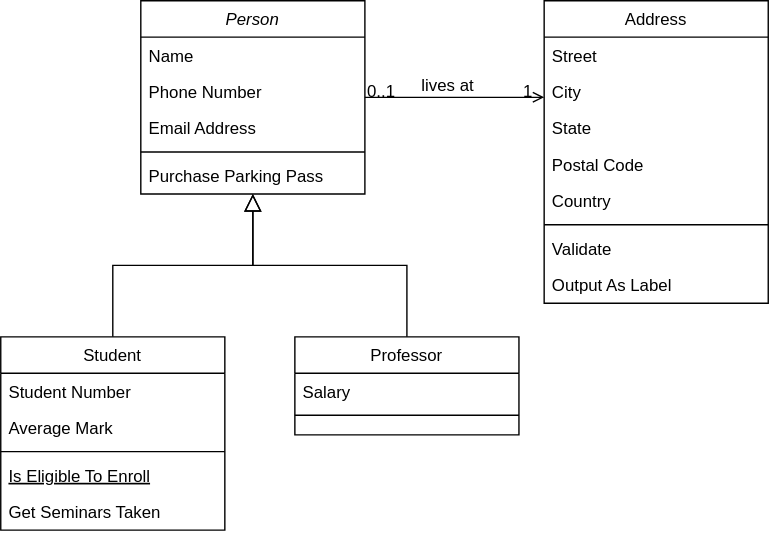
This is Diagrama de classe.drawio.svg from JesCat16/Projeto01_Modelagem_De_Software, a draw.io export, as it was before one commit. Source tidied: cells renumbered, new cells last; positions are measured from the earlier drawing's top-left corner, leaving out a move shared by most shapes. Its diagram source:
```xml
<mxGraphModel>
  <root>
    <mxCell id="0" />
    <mxCell id="1" parent="0" />
    <mxCell id="2" value="Person" style="swimlane;fontStyle=2;align=center;verticalAlign=top;horizontal=1;startSize=26;rounded=0;shadow=0;strokeWidth=1;" parent="1" vertex="1">
      <mxGeometry x="100" width="160" height="138" as="geometry" />
    </mxCell>
    <mxCell id="3" value="Name" style="text;align=left;verticalAlign=top;spacingLeft=4;spacingRight=4;overflow=hidden;" parent="2" vertex="1">
      <mxGeometry y="26" width="160" height="26" as="geometry" />
    </mxCell>
    <mxCell id="4" value="Phone Number" style="text;align=left;verticalAlign=top;spacingLeft=4;spacingRight=4;overflow=hidden;rounded=0;shadow=0;html=0;" parent="2" vertex="1">
      <mxGeometry y="52" width="160" height="26" as="geometry" />
    </mxCell>
    <mxCell id="5" value="Email Address" style="text;align=left;verticalAlign=top;spacingLeft=4;spacingRight=4;overflow=hidden;rounded=0;shadow=0;html=0;" parent="2" vertex="1">
      <mxGeometry y="78" width="160" height="26" as="geometry" />
    </mxCell>
    <mxCell id="6" style="line;html=1;strokeWidth=1;align=left;verticalAlign=middle;spacingTop=-1;spacingLeft=3;spacingRight=3;labelPosition=right;" parent="2" vertex="1">
      <mxGeometry y="104" width="160" height="8" as="geometry" />
    </mxCell>
    <mxCell id="7" value="Purchase Parking Pass" style="text;align=left;verticalAlign=top;spacingLeft=4;spacingRight=4;overflow=hidden;" parent="2" vertex="1">
      <mxGeometry y="112" width="160" height="26" as="geometry" />
    </mxCell>
    <mxCell id="8" value="Student" style="swimlane;fontStyle=0;align=center;verticalAlign=top;horizontal=1;startSize=26;rounded=0;shadow=0;strokeWidth=1;" parent="1" vertex="1">
      <mxGeometry y="240" width="160" height="138" as="geometry" />
    </mxCell>
    <mxCell id="9" value="Student Number" style="text;align=left;verticalAlign=top;spacingLeft=4;spacingRight=4;overflow=hidden;" parent="8" vertex="1">
      <mxGeometry y="26" width="160" height="26" as="geometry" />
    </mxCell>
    <mxCell id="10" value="Average Mark" style="text;align=left;verticalAlign=top;spacingLeft=4;spacingRight=4;overflow=hidden;rounded=0;shadow=0;html=0;" parent="8" vertex="1">
      <mxGeometry y="52" width="160" height="26" as="geometry" />
    </mxCell>
    <mxCell id="11" style="line;html=1;strokeWidth=1;align=left;verticalAlign=middle;spacingTop=-1;spacingLeft=3;spacingRight=3;labelPosition=right;" parent="8" vertex="1">
      <mxGeometry y="78" width="160" height="8" as="geometry" />
    </mxCell>
    <mxCell id="12" value="Is Eligible To Enroll" style="text;align=left;verticalAlign=top;spacingLeft=4;spacingRight=4;overflow=hidden;fontStyle=4;" parent="8" vertex="1">
      <mxGeometry y="86" width="160" height="26" as="geometry" />
    </mxCell>
    <mxCell id="13" value="Get Seminars Taken" style="text;align=left;verticalAlign=top;spacingLeft=4;spacingRight=4;overflow=hidden;" parent="8" vertex="1">
      <mxGeometry y="112" width="160" height="26" as="geometry" />
    </mxCell>
    <mxCell id="14" style="endArrow=block;endSize=10;endFill=0;shadow=0;strokeWidth=1;rounded=0;curved=0;edgeStyle=elbowEdgeStyle;elbow=vertical;" parent="1" edge="1" source="8" target="2">
      <mxGeometry relative="1" as="geometry" />
    </mxCell>
    <mxCell id="15" value="Professor" style="swimlane;fontStyle=0;align=center;verticalAlign=top;horizontal=1;startSize=26;rounded=0;shadow=0;strokeWidth=1;" parent="1" vertex="1">
      <mxGeometry x="210" y="240" width="160" height="70" as="geometry" />
    </mxCell>
    <mxCell id="16" value="Salary" style="text;align=left;verticalAlign=top;spacingLeft=4;spacingRight=4;overflow=hidden;" parent="15" vertex="1">
      <mxGeometry y="26" width="160" height="26" as="geometry" />
    </mxCell>
    <mxCell id="17" style="line;html=1;strokeWidth=1;align=left;verticalAlign=middle;spacingTop=-1;spacingLeft=3;spacingRight=3;labelPosition=right;" parent="15" vertex="1">
      <mxGeometry y="52" width="160" height="8" as="geometry" />
    </mxCell>
    <mxCell id="18" style="endArrow=block;endSize=10;endFill=0;shadow=0;strokeWidth=1;rounded=0;curved=0;edgeStyle=elbowEdgeStyle;elbow=vertical;" parent="1" edge="1" source="15" target="2">
      <mxGeometry relative="1" as="geometry" />
    </mxCell>
    <mxCell id="19" value="Address" style="swimlane;fontStyle=0;align=center;verticalAlign=top;horizontal=1;startSize=26;rounded=0;shadow=0;strokeWidth=1;" parent="1" vertex="1">
      <mxGeometry x="388" width="160" height="216" as="geometry" />
    </mxCell>
    <mxCell id="20" value="Street" style="text;align=left;verticalAlign=top;spacingLeft=4;spacingRight=4;overflow=hidden;" parent="19" vertex="1">
      <mxGeometry y="26" width="160" height="26" as="geometry" />
    </mxCell>
    <mxCell id="21" value="City" style="text;align=left;verticalAlign=top;spacingLeft=4;spacingRight=4;overflow=hidden;rounded=0;shadow=0;html=0;" parent="19" vertex="1">
      <mxGeometry y="52" width="160" height="26" as="geometry" />
    </mxCell>
    <mxCell id="22" value="State" style="text;align=left;verticalAlign=top;spacingLeft=4;spacingRight=4;overflow=hidden;rounded=0;shadow=0;html=0;" parent="19" vertex="1">
      <mxGeometry y="78" width="160" height="26" as="geometry" />
    </mxCell>
    <mxCell id="23" value="Postal Code" style="text;align=left;verticalAlign=top;spacingLeft=4;spacingRight=4;overflow=hidden;rounded=0;shadow=0;html=0;" parent="19" vertex="1">
      <mxGeometry y="104" width="160" height="26" as="geometry" />
    </mxCell>
    <mxCell id="24" value="Country" style="text;align=left;verticalAlign=top;spacingLeft=4;spacingRight=4;overflow=hidden;rounded=0;shadow=0;html=0;" parent="19" vertex="1">
      <mxGeometry y="130" width="160" height="26" as="geometry" />
    </mxCell>
    <mxCell id="25" style="line;html=1;strokeWidth=1;align=left;verticalAlign=middle;spacingTop=-1;spacingLeft=3;spacingRight=3;labelPosition=right;" parent="19" vertex="1">
      <mxGeometry y="156" width="160" height="8" as="geometry" />
    </mxCell>
    <mxCell id="26" value="Validate" style="text;align=left;verticalAlign=top;spacingLeft=4;spacingRight=4;overflow=hidden;" parent="19" vertex="1">
      <mxGeometry y="164" width="160" height="26" as="geometry" />
    </mxCell>
    <mxCell id="27" value="Output As Label" style="text;align=left;verticalAlign=top;spacingLeft=4;spacingRight=4;overflow=hidden;" parent="19" vertex="1">
      <mxGeometry y="190" width="160" height="26" as="geometry" />
    </mxCell>
    <mxCell id="28" style="endArrow=open;shadow=0;strokeWidth=1;rounded=0;curved=0;endFill=1;edgeStyle=elbowEdgeStyle;elbow=vertical;" parent="1" edge="1" source="2" target="19">
      <mxGeometry x="0.5" y="41" relative="1" as="geometry">
        <mxPoint x="-40" y="32" as="offset" />
      </mxGeometry>
    </mxCell>
    <mxCell id="29" value="0..1" style="align=left;verticalAlign=bottom;labelBackgroundColor=none;fontSize=12;" parent="28" vertex="1">
      <mxGeometry x="-1" relative="1" as="geometry">
        <mxPoint y="4" as="offset" />
      </mxGeometry>
    </mxCell>
    <mxCell id="30" value="1" style="align=right;verticalAlign=bottom;labelBackgroundColor=none;fontSize=12;" parent="28" vertex="1">
      <mxGeometry x="1" relative="1" as="geometry">
        <mxPoint x="-7" y="4" as="offset" />
      </mxGeometry>
    </mxCell>
    <mxCell id="31" value="lives at" style="text;html=1;align=center;verticalAlign=middle;labelBackgroundColor=none;rounded=0;shadow=0;strokeWidth=1;fontSize=12;" parent="28" vertex="1">
      <mxGeometry x="0.5" y="49" relative="1" as="geometry">
        <mxPoint x="-38" y="40" as="offset" />
      </mxGeometry>
    </mxCell>
  </root>
</mxGraphModel>
```
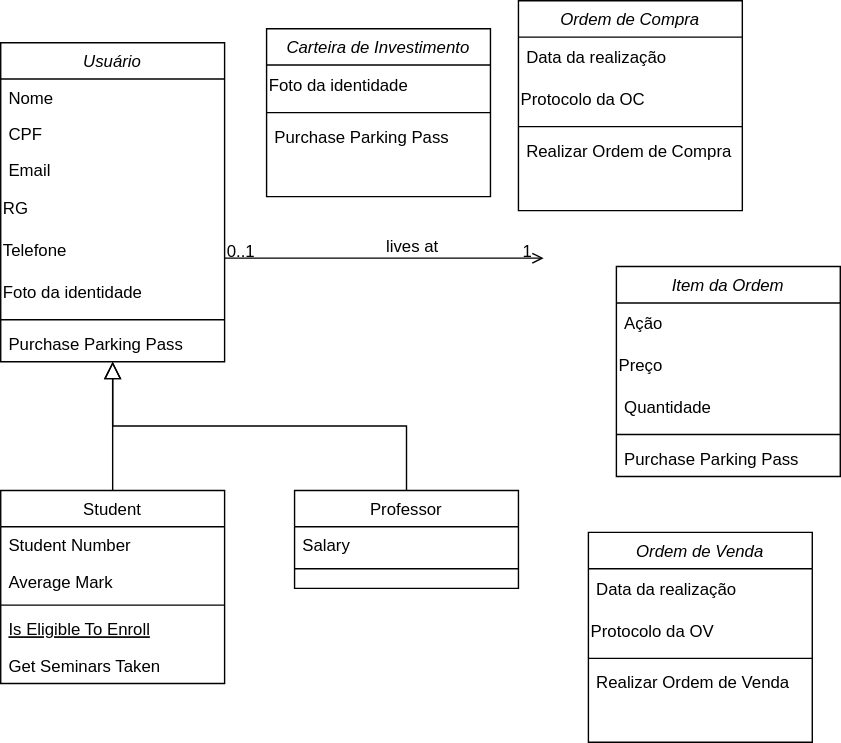
Above is the later version.

Diff of the diagram source:
```diff
@@ -2,23 +2,32 @@
   <root>
     <mxCell id="0" />
     <mxCell id="1" parent="0" />
-    <mxCell id="2" value="Person" style="swimlane;fontStyle=2;align=center;verticalAlign=top;horizontal=1;startSize=26;rounded=0;shadow=0;strokeWidth=1;" parent="1" vertex="1">
-      <mxGeometry x="100" width="160" height="138" as="geometry" />
+    <mxCell id="2" value="Usuário" style="swimlane;fontStyle=2;align=center;verticalAlign=top;horizontal=1;startSize=26;rounded=0;shadow=0;strokeWidth=1;" parent="1" vertex="1">
+      <mxGeometry y="-80" width="160" height="228" as="geometry" />
     </mxCell>
-    <mxCell id="3" value="Name" style="text;align=left;verticalAlign=top;spacingLeft=4;spacingRight=4;overflow=hidden;" parent="2" vertex="1">
+    <mxCell id="3" value="Nome" style="text;align=left;verticalAlign=top;spacingLeft=4;spacingRight=4;overflow=hidden;" parent="2" vertex="1">
       <mxGeometry y="26" width="160" height="26" as="geometry" />
     </mxCell>
-    <mxCell id="4" value="Phone Number" style="text;align=left;verticalAlign=top;spacingLeft=4;spacingRight=4;overflow=hidden;rounded=0;shadow=0;html=0;" parent="2" vertex="1">
+    <mxCell id="4" value="CPF" style="text;align=left;verticalAlign=top;spacingLeft=4;spacingRight=4;overflow=hidden;rounded=0;shadow=0;html=0;" parent="2" vertex="1">
       <mxGeometry y="52" width="160" height="26" as="geometry" />
     </mxCell>
-    <mxCell id="5" value="Email Address" style="text;align=left;verticalAlign=top;spacingLeft=4;spacingRight=4;overflow=hidden;rounded=0;shadow=0;html=0;" parent="2" vertex="1">
+    <mxCell id="5" value="Email" style="text;align=left;verticalAlign=top;spacingLeft=4;spacingRight=4;overflow=hidden;rounded=0;shadow=0;html=0;" parent="2" vertex="1">
       <mxGeometry y="78" width="160" height="26" as="geometry" />
     </mxCell>
+    <mxCell id="32" value="RG" style="text;html=1;align=left;verticalAlign=middle;whiteSpace=wrap;rounded=0;" parent="2" vertex="1">
+      <mxGeometry y="104" width="160" height="30" as="geometry" />
+    </mxCell>
+    <mxCell id="33" value="Telefone" style="text;html=1;align=left;verticalAlign=middle;whiteSpace=wrap;rounded=0;" parent="2" vertex="1">
+      <mxGeometry y="134" width="160" height="30" as="geometry" />
+    </mxCell>
+    <mxCell id="34" value="Foto da identidade" style="text;html=1;align=left;verticalAlign=middle;whiteSpace=wrap;rounded=0;" parent="2" vertex="1">
+      <mxGeometry y="164" width="160" height="30" as="geometry" />
+    </mxCell>
     <mxCell id="6" style="line;html=1;strokeWidth=1;align=left;verticalAlign=middle;spacingTop=-1;spacingLeft=3;spacingRight=3;labelPosition=right;" parent="2" vertex="1">
-      <mxGeometry y="104" width="160" height="8" as="geometry" />
+      <mxGeometry y="194" width="160" height="8" as="geometry" />
     </mxCell>
     <mxCell id="7" value="Purchase Parking Pass" style="text;align=left;verticalAlign=top;spacingLeft=4;spacingRight=4;overflow=hidden;" parent="2" vertex="1">
-      <mxGeometry y="112" width="160" height="26" as="geometry" />
+      <mxGeometry y="202" width="160" height="26" as="geometry" />
     </mxCell>
     <mxCell id="8" value="Student" style="swimlane;fontStyle=0;align=center;verticalAlign=top;horizontal=1;startSize=26;rounded=0;shadow=0;strokeWidth=1;" parent="1" vertex="1">
       <mxGeometry y="240" width="160" height="138" as="geometry" />
@@ -53,35 +62,9 @@
     <mxCell id="18" style="endArrow=block;endSize=10;endFill=0;shadow=0;strokeWidth=1;rounded=0;curved=0;edgeStyle=elbowEdgeStyle;elbow=vertical;" parent="1" edge="1" source="15" target="2">
       <mxGeometry relative="1" as="geometry" />
     </mxCell>
-    <mxCell id="19" value="Address" style="swimlane;fontStyle=0;align=center;verticalAlign=top;horizontal=1;startSize=26;rounded=0;shadow=0;strokeWidth=1;" parent="1" vertex="1">
-      <mxGeometry x="388" width="160" height="216" as="geometry" />
-    </mxCell>
-    <mxCell id="20" value="Street" style="text;align=left;verticalAlign=top;spacingLeft=4;spacingRight=4;overflow=hidden;" parent="19" vertex="1">
-      <mxGeometry y="26" width="160" height="26" as="geometry" />
-    </mxCell>
-    <mxCell id="21" value="City" style="text;align=left;verticalAlign=top;spacingLeft=4;spacingRight=4;overflow=hidden;rounded=0;shadow=0;html=0;" parent="19" vertex="1">
-      <mxGeometry y="52" width="160" height="26" as="geometry" />
-    </mxCell>
-    <mxCell id="22" value="State" style="text;align=left;verticalAlign=top;spacingLeft=4;spacingRight=4;overflow=hidden;rounded=0;shadow=0;html=0;" parent="19" vertex="1">
-      <mxGeometry y="78" width="160" height="26" as="geometry" />
-    </mxCell>
-    <mxCell id="23" value="Postal Code" style="text;align=left;verticalAlign=top;spacingLeft=4;spacingRight=4;overflow=hidden;rounded=0;shadow=0;html=0;" parent="19" vertex="1">
-      <mxGeometry y="104" width="160" height="26" as="geometry" />
-    </mxCell>
-    <mxCell id="24" value="Country" style="text;align=left;verticalAlign=top;spacingLeft=4;spacingRight=4;overflow=hidden;rounded=0;shadow=0;html=0;" parent="19" vertex="1">
-      <mxGeometry y="130" width="160" height="26" as="geometry" />
-    </mxCell>
-    <mxCell id="25" style="line;html=1;strokeWidth=1;align=left;verticalAlign=middle;spacingTop=-1;spacingLeft=3;spacingRight=3;labelPosition=right;" parent="19" vertex="1">
-      <mxGeometry y="156" width="160" height="8" as="geometry" />
-    </mxCell>
-    <mxCell id="26" value="Validate" style="text;align=left;verticalAlign=top;spacingLeft=4;spacingRight=4;overflow=hidden;" parent="19" vertex="1">
-      <mxGeometry y="164" width="160" height="26" as="geometry" />
-    </mxCell>
-    <mxCell id="27" value="Output As Label" style="text;align=left;verticalAlign=top;spacingLeft=4;spacingRight=4;overflow=hidden;" parent="19" vertex="1">
-      <mxGeometry y="190" width="160" height="26" as="geometry" />
-    </mxCell>
-    <mxCell id="28" style="endArrow=open;shadow=0;strokeWidth=1;rounded=0;curved=0;endFill=1;edgeStyle=elbowEdgeStyle;elbow=vertical;" parent="1" edge="1" source="2" target="19">
+    <mxCell id="28" style="endArrow=open;shadow=0;strokeWidth=1;rounded=0;curved=0;endFill=1;edgeStyle=elbowEdgeStyle;elbow=vertical;" parent="1" edge="1" source="2">
       <mxGeometry x="0.5" y="41" relative="1" as="geometry">
+        <mxPoint x="388" y="74" as="targetPoint" />
         <mxPoint x="-40" y="32" as="offset" />
       </mxGeometry>
     </mxCell>
@@ -100,5 +83,65 @@
         <mxPoint x="-38" y="40" as="offset" />
       </mxGeometry>
     </mxCell>
+    <mxCell id="35" value="Carteira de Investimento" style="swimlane;fontStyle=2;align=center;verticalAlign=top;horizontal=1;startSize=26;rounded=0;shadow=0;strokeWidth=1;" parent="1" vertex="1">
+      <mxGeometry x="190" y="-90" width="160" height="120" as="geometry" />
+    </mxCell>
+    <mxCell id="36" value="Foto da identidade" style="text;html=1;align=left;verticalAlign=middle;whiteSpace=wrap;rounded=0;" parent="35" vertex="1">
+      <mxGeometry y="26" width="160" height="30" as="geometry" />
+    </mxCell>
+    <mxCell id="37" style="line;html=1;strokeWidth=1;align=left;verticalAlign=middle;spacingTop=-1;spacingLeft=3;spacingRight=3;labelPosition=right;" parent="35" vertex="1">
+      <mxGeometry y="56" width="160" height="8" as="geometry" />
+    </mxCell>
+    <mxCell id="38" value="Purchase Parking Pass" style="text;align=left;verticalAlign=top;spacingLeft=4;spacingRight=4;overflow=hidden;" parent="35" vertex="1">
+      <mxGeometry y="64" width="160" height="26" as="geometry" />
+    </mxCell>
+    <mxCell id="39" value="Ordem de Compra" style="swimlane;fontStyle=2;align=center;verticalAlign=top;horizontal=1;startSize=26;rounded=0;shadow=0;strokeWidth=1;" parent="1" vertex="1">
+      <mxGeometry x="370" y="-110" width="160" height="150" as="geometry" />
+    </mxCell>
+    <mxCell id="40" value="Data da realização" style="text;strokeColor=none;fillColor=none;align=left;verticalAlign=middle;spacingLeft=4;spacingRight=4;overflow=hidden;whiteSpace=wrap;html=1;" parent="39" vertex="1">
+      <mxGeometry y="26" width="160" height="30" as="geometry" />
+    </mxCell>
+    <mxCell id="41" value="Protocolo da OC" style="text;html=1;align=left;verticalAlign=middle;whiteSpace=wrap;rounded=0;" parent="39" vertex="1">
+      <mxGeometry y="56" width="160" height="30" as="geometry" />
+    </mxCell>
+    <mxCell id="42" style="line;html=1;strokeWidth=1;align=left;verticalAlign=middle;spacingTop=-1;spacingLeft=3;spacingRight=3;labelPosition=right;" parent="39" vertex="1">
+      <mxGeometry y="86" width="160" height="8" as="geometry" />
+    </mxCell>
+    <mxCell id="43" value="Realizar Ordem de Compra" style="text;align=left;verticalAlign=top;spacingLeft=4;spacingRight=4;overflow=hidden;" parent="39" vertex="1">
+      <mxGeometry y="94" width="160" height="26" as="geometry" />
+    </mxCell>
+    <mxCell id="44" value="Item da Ordem" style="swimlane;fontStyle=2;align=center;verticalAlign=top;horizontal=1;startSize=26;rounded=0;shadow=0;strokeWidth=1;" parent="1" vertex="1">
+      <mxGeometry x="440" y="80" width="160" height="150" as="geometry" />
+    </mxCell>
+    <mxCell id="45" value="Ação" style="text;strokeColor=none;fillColor=none;align=left;verticalAlign=middle;spacingLeft=4;spacingRight=4;overflow=hidden;whiteSpace=wrap;html=1;" parent="44" vertex="1">
+      <mxGeometry y="26" width="160" height="30" as="geometry" />
+    </mxCell>
+    <mxCell id="46" value="Preço" style="text;html=1;align=left;verticalAlign=middle;whiteSpace=wrap;rounded=0;" parent="44" vertex="1">
+      <mxGeometry y="56" width="160" height="30" as="geometry" />
+    </mxCell>
+    <mxCell id="47" value="Quantidade" style="text;strokeColor=none;fillColor=none;align=left;verticalAlign=middle;spacingLeft=4;spacingRight=4;overflow=hidden;whiteSpace=wrap;html=1;" parent="44" vertex="1">
+      <mxGeometry y="86" width="160" height="30" as="geometry" />
+    </mxCell>
+    <mxCell id="48" style="line;html=1;strokeWidth=1;align=left;verticalAlign=middle;spacingTop=-1;spacingLeft=3;spacingRight=3;labelPosition=right;" parent="44" vertex="1">
+      <mxGeometry y="116" width="160" height="8" as="geometry" />
+    </mxCell>
+    <mxCell id="49" value="Purchase Parking Pass" style="text;align=left;verticalAlign=top;spacingLeft=4;spacingRight=4;overflow=hidden;" parent="44" vertex="1">
+      <mxGeometry y="124" width="160" height="26" as="geometry" />
+    </mxCell>
+    <mxCell id="50" value="Ordem de Venda" style="swimlane;fontStyle=2;align=center;verticalAlign=top;horizontal=1;startSize=26;rounded=0;shadow=0;strokeWidth=1;" parent="1" vertex="1">
+      <mxGeometry x="420" y="270" width="160" height="150" as="geometry" />
+    </mxCell>
+    <mxCell id="51" value="Data da realização" style="text;strokeColor=none;fillColor=none;align=left;verticalAlign=middle;spacingLeft=4;spacingRight=4;overflow=hidden;whiteSpace=wrap;html=1;" parent="50" vertex="1">
+      <mxGeometry y="26" width="160" height="30" as="geometry" />
+    </mxCell>
+    <mxCell id="52" value="Protocolo da OV" style="text;html=1;align=left;verticalAlign=middle;whiteSpace=wrap;rounded=0;" parent="50" vertex="1">
+      <mxGeometry y="56" width="160" height="30" as="geometry" />
+    </mxCell>
+    <mxCell id="53" style="line;html=1;strokeWidth=1;align=left;verticalAlign=middle;spacingTop=-1;spacingLeft=3;spacingRight=3;labelPosition=right;" parent="50" vertex="1">
+      <mxGeometry y="86" width="160" height="8" as="geometry" />
+    </mxCell>
+    <mxCell id="54" value="Realizar Ordem de Venda" style="text;align=left;verticalAlign=top;spacingLeft=4;spacingRight=4;overflow=hidden;" parent="50" vertex="1">
+      <mxGeometry y="94" width="160" height="26" as="geometry" />
+    </mxCell>
   </root>
 </mxGraphModel>
```
